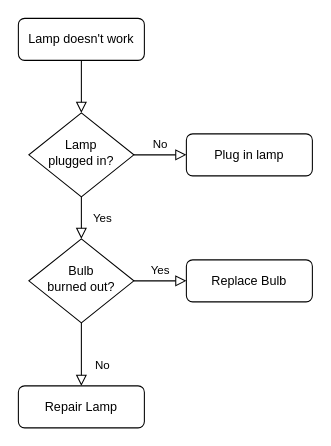
This is DiDaPic/Untitled Diagram.drawio from wadesheng/MarkdownPhotos, a draw.io file, before an edit. Source tidied: cells renumbered, new cells numbered last; positions are measured from the earlier drawing's top-left corner, leaving out a move shared by most shapes. Both pictures are drawn from the tidied source at 105%, with x=0, y=0 at pixel (18, 18).
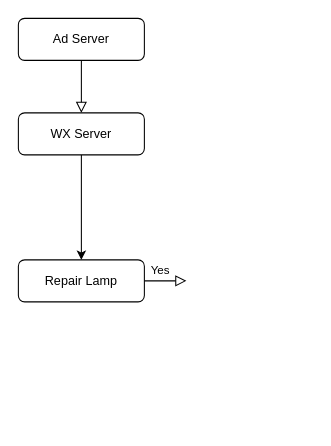
The same page after the edit.

Diff of the diagram source:
```diff
@@
 <mxGraphModel>
   <root>
     <mxCell id="0" />
     <mxCell id="1" parent="0" />
-    <mxCell id="2" style="rounded=0;html=1;jettySize=auto;fontSize=11;endArrow=block;endFill=0;endSize=8;strokeWidth=1;shadow=0;labelBackgroundColor=none;edgeStyle=orthogonalEdgeStyle;" parent="1" edge="1" source="3" target="6">
-      <mxGeometry relative="1" as="geometry" />
+    <mxCell id="2" style="rounded=0;html=1;jettySize=auto;fontSize=11;endArrow=block;endFill=0;endSize=8;strokeWidth=1;shadow=0;labelBackgroundColor=none;edgeStyle=orthogonalEdgeStyle;" parent="1" edge="1" source="3">
+      <mxGeometry relative="1" as="geometry">
+        <mxPoint x="60" y="90" as="targetPoint" />
+      </mxGeometry>
     </mxCell>
-    <mxCell id="3" value="Lamp doesn't work" style="rounded=1;whiteSpace=wrap;html=1;fontSize=12;glass=0;strokeWidth=1;shadow=0;" parent="1" vertex="1">
+    <mxCell id="3" value="Ad Server" style="rounded=1;whiteSpace=wrap;html=1;fontSize=12;glass=0;strokeWidth=1;shadow=0;" parent="1" vertex="1">
       <mxGeometry width="120" height="40" as="geometry" />
     </mxCell>
-    <mxCell id="4" value="Yes" style="rounded=0;html=1;jettySize=auto;fontSize=11;endArrow=block;endFill=0;endSize=8;strokeWidth=1;shadow=0;labelBackgroundColor=none;edgeStyle=orthogonalEdgeStyle;" parent="1" edge="1" source="6" target="10">
-      <mxGeometry y="20" relative="1" as="geometry" />
-    </mxCell>
-    <mxCell id="5" value="No" style="edgeStyle=orthogonalEdgeStyle;rounded=0;html=1;jettySize=auto;fontSize=11;endArrow=block;endFill=0;endSize=8;strokeWidth=1;shadow=0;labelBackgroundColor=none;" parent="1" edge="1" source="6" target="7">
-      <mxGeometry y="10" relative="1" as="geometry" />
-    </mxCell>
-    <mxCell id="6" value="Lamp&lt;br&gt;plugged in?" style="rhombus;whiteSpace=wrap;html=1;shadow=0;fontFamily=Helvetica;fontSize=12;align=center;strokeWidth=1;spacing=6;spacingTop=-4;" parent="1" vertex="1">
-      <mxGeometry x="10" y="90" width="100" height="80" as="geometry" />
-    </mxCell>
-    <mxCell id="7" value="Plug in lamp" style="rounded=1;whiteSpace=wrap;html=1;fontSize=12;glass=0;strokeWidth=1;shadow=0;" parent="1" vertex="1">
-      <mxGeometry x="160" y="110" width="120" height="40" as="geometry" />
-    </mxCell>
-    <mxCell id="8" value="No" style="rounded=0;html=1;jettySize=auto;fontSize=11;endArrow=block;endFill=0;endSize=8;strokeWidth=1;shadow=0;labelBackgroundColor=none;edgeStyle=orthogonalEdgeStyle;" parent="1" edge="1" source="10" target="11">
-      <mxGeometry x="0.33" y="20" relative="1" as="geometry" />
-    </mxCell>
-    <mxCell id="9" value="Yes" style="edgeStyle=orthogonalEdgeStyle;rounded=0;html=1;jettySize=auto;fontSize=11;endArrow=block;endFill=0;endSize=8;strokeWidth=1;shadow=0;labelBackgroundColor=none;" parent="1" edge="1" source="10" target="12">
-      <mxGeometry y="10" relative="1" as="geometry" />
+    <mxCell id="9" value="Yes" style="edgeStyle=orthogonalEdgeStyle;rounded=0;html=1;jettySize=auto;orthogonalLoop=1;fontSize=11;endArrow=block;endFill=0;endSize=8;strokeWidth=1;shadow=0;labelBackgroundColor=none;" parent="1" edge="1">
+      <mxGeometry y="10" relative="1" as="geometry">
+        <mxPoint x="110" y="250" as="sourcePoint" />
+        <mxPoint x="160" y="250" as="targetPoint" />
+      </mxGeometry>
     </mxCell>
-    <mxCell id="10" value="Bulb&lt;br&gt;burned out?" style="rhombus;whiteSpace=wrap;html=1;shadow=0;fontFamily=Helvetica;fontSize=12;align=center;strokeWidth=1;spacing=6;spacingTop=-4;" parent="1" vertex="1">
-      <mxGeometry x="10" y="210" width="100" height="80" as="geometry" />
-    </mxCell>
     <mxCell id="11" value="Repair Lamp" style="rounded=1;whiteSpace=wrap;html=1;fontSize=12;glass=0;strokeWidth=1;shadow=0;" parent="1" vertex="1">
-      <mxGeometry y="350" width="120" height="40" as="geometry" />
+      <mxGeometry y="230" width="120" height="40" as="geometry" />
     </mxCell>
-    <mxCell id="12" value="Replace Bulb" style="rounded=1;whiteSpace=wrap;html=1;fontSize=12;glass=0;strokeWidth=1;shadow=0;" parent="1" vertex="1">
-      <mxGeometry x="160" y="230" width="120" height="40" as="geometry" />
-    </mxCell>
+    <mxCell id="13" style="edgeStyle=orthogonalEdgeStyle;rounded=0;jettySize=auto;html=1;exitX=0.5;exitY=1;exitDx=0;exitDy=0;entryX=0.5;entryY=0;entryDx=0;entryDy=0;" parent="1" edge="1" source="14" target="11">
+      <mxGeometry relative="1" as="geometry" />
+    </mxCell>
+    <mxCell id="14" value="WX Server" style="rounded=1;whiteSpace=wrap;html=1;fontSize=12;glass=0;strokeWidth=1;shadow=0;" parent="1" vertex="1">
+      <mxGeometry y="90" width="120" height="40" as="geometry" />
+    </mxCell>
   </root>
 </mxGraphModel>
```
